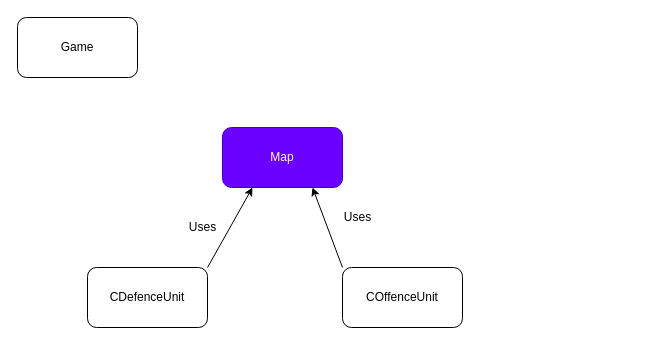
Before: page "Map associations" (2 of 2) of docs/design.drawio in GalBrandwine/OOPGame, a draw.io diagram. Source tidied: cells renumbered, new cells numbered last; positions are measured from the earlier drawing's top-left corner, leaving out a move shared by most shapes. Both pictures are drawn from the tidied source at 100%, with x=0, y=0 at pixel (17, 17).
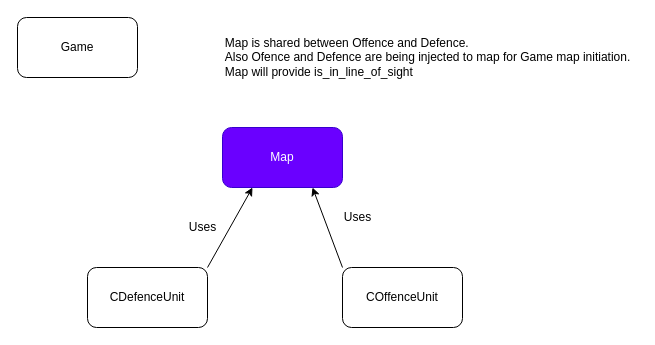
Above is the later version.

Change to the diagram source:
```diff
@@
 <mxGraphModel>
   <root>
     <mxCell id="0" />
     <mxCell id="1" parent="0" />
     <mxCell id="2" style="rounded=0;jettySize=auto;html=1;exitX=1;exitY=0;exitDx=0;exitDy=0;entryX=0.25;entryY=1;entryDx=0;entryDy=0;" parent="1" edge="1" source="3" target="6">
       <mxGeometry relative="1" as="geometry" />
     </mxCell>
     <mxCell id="3" value="CDefenceUnit" style="rounded=1;whiteSpace=wrap;html=1;" parent="1" vertex="1">
       <mxGeometry x="70" y="250" width="120" height="60" as="geometry" />
     </mxCell>
     <mxCell id="4" style="edgeStyle=none;rounded=0;jettySize=auto;html=1;exitX=0;exitY=0;exitDx=0;exitDy=0;entryX=0.75;entryY=1;entryDx=0;entryDy=0;" parent="1" edge="1" source="5" target="6">
       <mxGeometry relative="1" as="geometry" />
     </mxCell>
     <mxCell id="5" value="COffenceUnit" style="rounded=1;whiteSpace=wrap;html=1;" parent="1" vertex="1">
       <mxGeometry x="325" y="250" width="120" height="60" as="geometry" />
     </mxCell>
     <mxCell id="6" value="Map" style="rounded=1;whiteSpace=wrap;html=1;fillColor=#6a00ff;strokeColor=#3700CC;fontColor=#ffffff;" parent="1" vertex="1">
       <mxGeometry x="205" y="110" width="120" height="60" as="geometry" />
     </mxCell>
     <mxCell id="7" value="Game" style="rounded=1;whiteSpace=wrap;html=1;" parent="1" vertex="1">
       <mxGeometry width="120" height="60" as="geometry" />
     </mxCell>
     <mxCell id="8" value="Uses" style="text;html=1;align=center;verticalAlign=middle;" parent="1" vertex="1">
       <mxGeometry x="320" y="190" width="40" height="20" as="geometry" />
     </mxCell>
     <mxCell id="9" value="Uses" style="text;html=1;align=center;verticalAlign=middle;" parent="1" vertex="1">
       <mxGeometry x="165" y="200" width="40" height="20" as="geometry" />
     </mxCell>
+    <mxCell id="10" value="&lt;div style=&quot;text-align: left&quot;&gt;&lt;span&gt;Map is shared between Offence and Defence.&lt;/span&gt;&lt;/div&gt;&lt;div style=&quot;text-align: left&quot;&gt;&lt;span&gt;Also Ofence and Defence are being injected to map for Game map initiation.&lt;/span&gt;&lt;/div&gt;&lt;div style=&quot;text-align: left&quot;&gt;&lt;span&gt;Map will provide is_in_line_of_sight&lt;/span&gt;&lt;/div&gt;" style="text;html=1;align=center;verticalAlign=middle;" parent="1" vertex="1">
+      <mxGeometry x="200" y="15" width="420" height="50" as="geometry" />
+    </mxCell>
   </root>
 </mxGraphModel>
```
